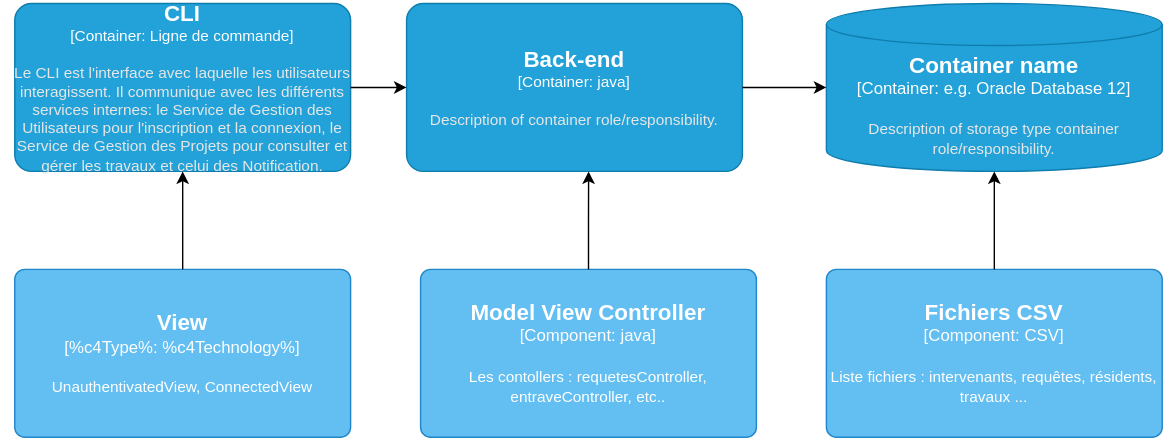
The draw.io diagram diagrammes/c4_modelN3.drawio.svg in maximbarbe/IFT-2255-Devoir-1, before a commit. Source tidied: cells renumbered, new cells last; positions are measured from the earlier drawing's top-left corner, leaving out a move shared by most shapes. The source it was exported from:
```xml
<mxGraphModel>
  <root>
    <mxCell id="0" />
    <mxCell id="1" parent="0" />
    <object id="2" label="&lt;font style=&quot;font-size: 16px&quot;&gt;&lt;b&gt;%c4Name%&lt;/b&gt;&lt;/font&gt;&lt;div&gt;[%c4Type%: %c4Technology%]&lt;/div&gt;&lt;br&gt;&lt;div&gt;&lt;font style=&quot;font-size: 11px&quot;&gt;&lt;font color=&quot;#E6E6E6&quot;&gt;%c4Description%&lt;/font&gt;&lt;/div&gt;" c4Description="Le CLI est l'interface avec laquelle les utilisateurs interagissent. Il communique avec les différents services internes: le Service de Gestion des Utilisateurs pour l'inscription et la connexion, le Service de Gestion des Projets pour consulter et gérer les travaux et celui des Notification." c4Name="CLI" c4Technology="Ligne de commande" c4Type="Container" placeholders="1">
      <mxCell style="rounded=1;whiteSpace=wrap;html=1;fontSize=11;labelBackgroundColor=none;fillColor=#23A2D9;fontColor=#ffffff;align=center;arcSize=10;strokeColor=#0E7DAD;points=[[0.25,0,0],[0.5,0,0],[0.75,0,0],[1,0.25,0],[1,0.5,0],[1,0.75,0],[0.75,1,0],[0.5,1,0],[0.25,1,0],[0,0.75,0],[0,0.5,0],[0,0.25,0]];spacing=-9;" parent="1" vertex="1">
        <mxGeometry width="240" height="120" as="geometry" />
      </mxCell>
    </object>
    <object id="3" label="&lt;font style=&quot;font-size: 16px&quot;&gt;&lt;b&gt;%c4Name%&lt;/b&gt;&lt;/font&gt;&lt;div&gt;[%c4Type%: %c4Technology%]&lt;/div&gt;&lt;br&gt;&lt;div&gt;&lt;font style=&quot;font-size: 11px&quot;&gt;%c4Description%&lt;/font&gt;&lt;/div&gt;" c4Description="UnauthentivatedView, ConnectedView" c4Name="View" placeholders="1">
      <mxCell style="rounded=1;whiteSpace=wrap;html=1;labelBackgroundColor=none;fillColor=#63BEF2;fontColor=#ffffff;align=center;arcSize=6;strokeColor=#2086C9;points=[[0.25,0,0],[0.5,0,0],[0.75,0,0],[1,0.25,0],[1,0.5,0],[1,0.75,0],[0.75,1,0],[0.5,1,0],[0.25,1,0],[0,0.75,0],[0,0.5,0],[0,0.25,0]];" parent="1" vertex="1">
        <mxGeometry y="190" width="240" height="120" as="geometry" />
      </mxCell>
    </object>
    <object id="4" label="&lt;font style=&quot;font-size: 16px&quot;&gt;&lt;b&gt;%c4Name%&lt;/b&gt;&lt;/font&gt;&lt;div&gt;[%c4Type%: %c4Technology%]&lt;/div&gt;&lt;br&gt;&lt;div&gt;&lt;font style=&quot;font-size: 11px&quot;&gt;&lt;font color=&quot;#E6E6E6&quot;&gt;%c4Description%&lt;/font&gt;&lt;/div&gt;" c4Description="Description of container role/responsibility." c4Name="Back-end" c4Technology="java" c4Type="Container" placeholders="1">
      <mxCell style="rounded=1;whiteSpace=wrap;html=1;fontSize=11;labelBackgroundColor=none;fillColor=#23A2D9;fontColor=#ffffff;align=center;arcSize=10;strokeColor=#0E7DAD;points=[[0.25,0,0],[0.5,0,0],[0.75,0,0],[1,0.25,0],[1,0.5,0],[1,0.75,0],[0.75,1,0],[0.5,1,0],[0.25,1,0],[0,0.75,0],[0,0.5,0],[0,0.25,0]];" parent="1" vertex="1">
        <mxGeometry x="280" width="240" height="120" as="geometry" />
      </mxCell>
    </object>
    <object id="5" label="&lt;font style=&quot;font-size: 16px&quot;&gt;&lt;b&gt;%c4Name%&lt;/b&gt;&lt;/font&gt;&lt;div&gt;[%c4Type%: %c4Technology%]&lt;/div&gt;&lt;br&gt;&lt;div&gt;&lt;font style=&quot;font-size: 11px&quot;&gt;%c4Description%&lt;/font&gt;&lt;/div&gt;" c4Description="Les contollers : requetesController, entraveController, etc.." c4Name="Model View Controller" c4Technology="java" c4Type="Component" placeholders="1">
      <mxCell style="rounded=1;whiteSpace=wrap;html=1;labelBackgroundColor=none;fillColor=#63BEF2;fontColor=#ffffff;align=center;arcSize=6;strokeColor=#2086C9;points=[[0.25,0,0],[0.5,0,0],[0.75,0,0],[1,0.25,0],[1,0.5,0],[1,0.75,0],[0.75,1,0],[0.5,1,0],[0.25,1,0],[0,0.75,0],[0,0.5,0],[0,0.25,0]];" parent="1" vertex="1">
        <mxGeometry x="290" y="190" width="240" height="120" as="geometry" />
      </mxCell>
    </object>
    <mxCell id="6" style="edgeStyle=orthogonalEdgeStyle;rounded=0;jettySize=auto;html=1;entryX=0.5;entryY=1;entryDx=0;entryDy=0;entryPerimeter=0;" parent="1" edge="1" source="3" target="2">
      <mxGeometry relative="1" as="geometry" />
    </mxCell>
    <mxCell id="7" style="edgeStyle=orthogonalEdgeStyle;rounded=0;jettySize=auto;html=1;entryX=0.542;entryY=1;entryDx=0;entryDy=0;entryPerimeter=0;" parent="1" edge="1" source="5" target="4">
      <mxGeometry relative="1" as="geometry" />
    </mxCell>
    <mxCell id="8" style="edgeStyle=orthogonalEdgeStyle;rounded=0;jettySize=auto;html=1;entryX=0;entryY=0.5;entryDx=0;entryDy=0;entryPerimeter=0;" parent="1" edge="1" source="2" target="4">
      <mxGeometry relative="1" as="geometry" />
    </mxCell>
    <object id="9" label="&lt;font style=&quot;font-size: 16px&quot;&gt;&lt;b&gt;%c4Name%&lt;/b&gt;&lt;/font&gt;&lt;div&gt;[%c4Type%:&amp;nbsp;%c4Technology%]&lt;/div&gt;&lt;br&gt;&lt;div&gt;&lt;font style=&quot;font-size: 11px&quot;&gt;&lt;font color=&quot;#E6E6E6&quot;&gt;%c4Description%&lt;/font&gt;&lt;/div&gt;" c4Description="Description of storage type container role/responsibility." c4Name="Container name" c4Technology="e.g. Oracle Database 12" c4Type="Container" placeholders="1">
      <mxCell style="shape=cylinder3;size=15;whiteSpace=wrap;html=1;boundedLbl=1;rounded=0;labelBackgroundColor=none;fillColor=#23A2D9;fontSize=12;fontColor=#ffffff;align=center;strokeColor=#0E7DAD;points=[[0.5,0,0],[1,0.25,0],[1,0.5,0],[1,0.75,0],[0.5,1,0],[0,0.75,0],[0,0.5,0],[0,0.25,0]];" parent="1" vertex="1">
        <mxGeometry x="580" width="240" height="120" as="geometry" />
      </mxCell>
    </object>
    <object id="10" label="&lt;font style=&quot;font-size: 16px&quot;&gt;&lt;b&gt;%c4Name%&lt;/b&gt;&lt;/font&gt;&lt;div&gt;[%c4Type%: %c4Technology%]&lt;/div&gt;&lt;br&gt;&lt;div&gt;&lt;font style=&quot;font-size: 11px&quot;&gt;%c4Description%&lt;/font&gt;&lt;/div&gt;" c4Description="Liste fichiers : intervenants, requêtes, résidents, travaux ..." c4Name="Fichiers CSV" c4Technology="CSV" c4Type="Component" placeholders="1">
      <mxCell style="rounded=1;whiteSpace=wrap;html=1;labelBackgroundColor=none;fillColor=#63BEF2;fontColor=#ffffff;align=center;arcSize=6;strokeColor=#2086C9;points=[[0.25,0,0],[0.5,0,0],[0.75,0,0],[1,0.25,0],[1,0.5,0],[1,0.75,0],[0.75,1,0],[0.5,1,0],[0.25,1,0],[0,0.75,0],[0,0.5,0],[0,0.25,0]];" parent="1" vertex="1">
        <mxGeometry x="580" y="190" width="240" height="120" as="geometry" />
      </mxCell>
    </object>
    <mxCell id="11" style="edgeStyle=orthogonalEdgeStyle;rounded=0;jettySize=auto;html=1;entryX=0.5;entryY=1;entryDx=0;entryDy=0;entryPerimeter=0;" parent="1" edge="1" source="10" target="9">
      <mxGeometry relative="1" as="geometry" />
    </mxCell>
    <mxCell id="12" style="edgeStyle=orthogonalEdgeStyle;rounded=0;jettySize=auto;html=1;entryX=0;entryY=0.5;entryDx=0;entryDy=0;entryPerimeter=0;" parent="1" edge="1" source="4" target="9">
      <mxGeometry relative="1" as="geometry" />
    </mxCell>
  </root>
</mxGraphModel>
```
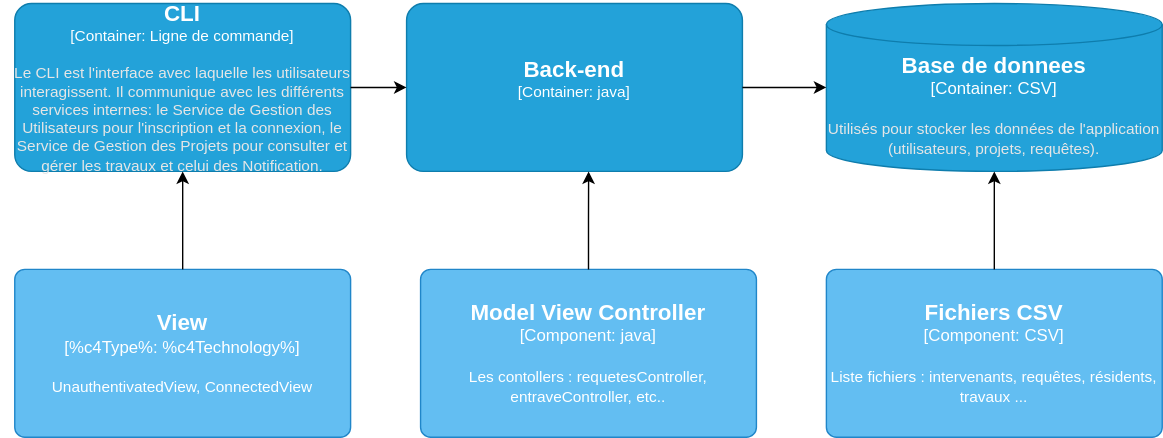
Above is the later version.

Change to the diagram source:
```diff
@@ -12,7 +12,7 @@
         <mxGeometry y="190" width="240" height="120" as="geometry" />
       </mxCell>
     </object>
-    <object id="4" label="&lt;font style=&quot;font-size: 16px&quot;&gt;&lt;b&gt;%c4Name%&lt;/b&gt;&lt;/font&gt;&lt;div&gt;[%c4Type%: %c4Technology%]&lt;/div&gt;&lt;br&gt;&lt;div&gt;&lt;font style=&quot;font-size: 11px&quot;&gt;&lt;font color=&quot;#E6E6E6&quot;&gt;%c4Description%&lt;/font&gt;&lt;/div&gt;" c4Description="Description of container role/responsibility." c4Name="Back-end" c4Technology="java" c4Type="Container" placeholders="1">
+    <object id="4" label="&lt;font style=&quot;font-size: 16px&quot;&gt;&lt;b&gt;%c4Name%&lt;/b&gt;&lt;/font&gt;&lt;div&gt;[%c4Type%: %c4Technology%]&lt;/div&gt;&lt;br&gt;&lt;div&gt;&lt;font style=&quot;font-size: 11px&quot;&gt;&lt;font color=&quot;#E6E6E6&quot;&gt;%c4Description%&lt;/font&gt;&lt;/div&gt;" c4Description="" c4Name="Back-end" c4Technology="java" c4Type="Container" placeholders="1">
       <mxCell style="rounded=1;whiteSpace=wrap;html=1;fontSize=11;labelBackgroundColor=none;fillColor=#23A2D9;fontColor=#ffffff;align=center;arcSize=10;strokeColor=#0E7DAD;points=[[0.25,0,0],[0.5,0,0],[0.75,0,0],[1,0.25,0],[1,0.5,0],[1,0.75,0],[0.75,1,0],[0.5,1,0],[0.25,1,0],[0,0.75,0],[0,0.5,0],[0,0.25,0]];" parent="1" vertex="1">
         <mxGeometry x="280" width="240" height="120" as="geometry" />
       </mxCell>
@@ -31,7 +31,7 @@
     <mxCell id="8" style="edgeStyle=orthogonalEdgeStyle;rounded=0;jettySize=auto;html=1;entryX=0;entryY=0.5;entryDx=0;entryDy=0;entryPerimeter=0;" parent="1" edge="1" source="2" target="4">
       <mxGeometry relative="1" as="geometry" />
     </mxCell>
-    <object id="9" label="&lt;font style=&quot;font-size: 16px&quot;&gt;&lt;b&gt;%c4Name%&lt;/b&gt;&lt;/font&gt;&lt;div&gt;[%c4Type%:&amp;nbsp;%c4Technology%]&lt;/div&gt;&lt;br&gt;&lt;div&gt;&lt;font style=&quot;font-size: 11px&quot;&gt;&lt;font color=&quot;#E6E6E6&quot;&gt;%c4Description%&lt;/font&gt;&lt;/div&gt;" c4Description="Description of storage type container role/responsibility." c4Name="Container name" c4Technology="e.g. Oracle Database 12" c4Type="Container" placeholders="1">
+    <object id="9" label="&lt;font style=&quot;font-size: 16px&quot;&gt;&lt;b&gt;%c4Name%&lt;/b&gt;&lt;/font&gt;&lt;div&gt;[%c4Type%:&amp;nbsp;%c4Technology%]&lt;/div&gt;&lt;br&gt;&lt;div&gt;&lt;font style=&quot;font-size: 11px&quot;&gt;&lt;font color=&quot;#E6E6E6&quot;&gt;%c4Description%&lt;/font&gt;&lt;/div&gt;" c4Description=" Utilisés pour stocker les données de l'application (utilisateurs, projets, requêtes)." c4Name="Base de donnees" c4Technology="CSV" c4Type="Container" placeholders="1">
       <mxCell style="shape=cylinder3;size=15;whiteSpace=wrap;html=1;boundedLbl=1;rounded=0;labelBackgroundColor=none;fillColor=#23A2D9;fontSize=12;fontColor=#ffffff;align=center;strokeColor=#0E7DAD;points=[[0.5,0,0],[1,0.25,0],[1,0.5,0],[1,0.75,0],[0.5,1,0],[0,0.75,0],[0,0.5,0],[0,0.25,0]];" parent="1" vertex="1">
         <mxGeometry x="580" width="240" height="120" as="geometry" />
       </mxCell>
```
